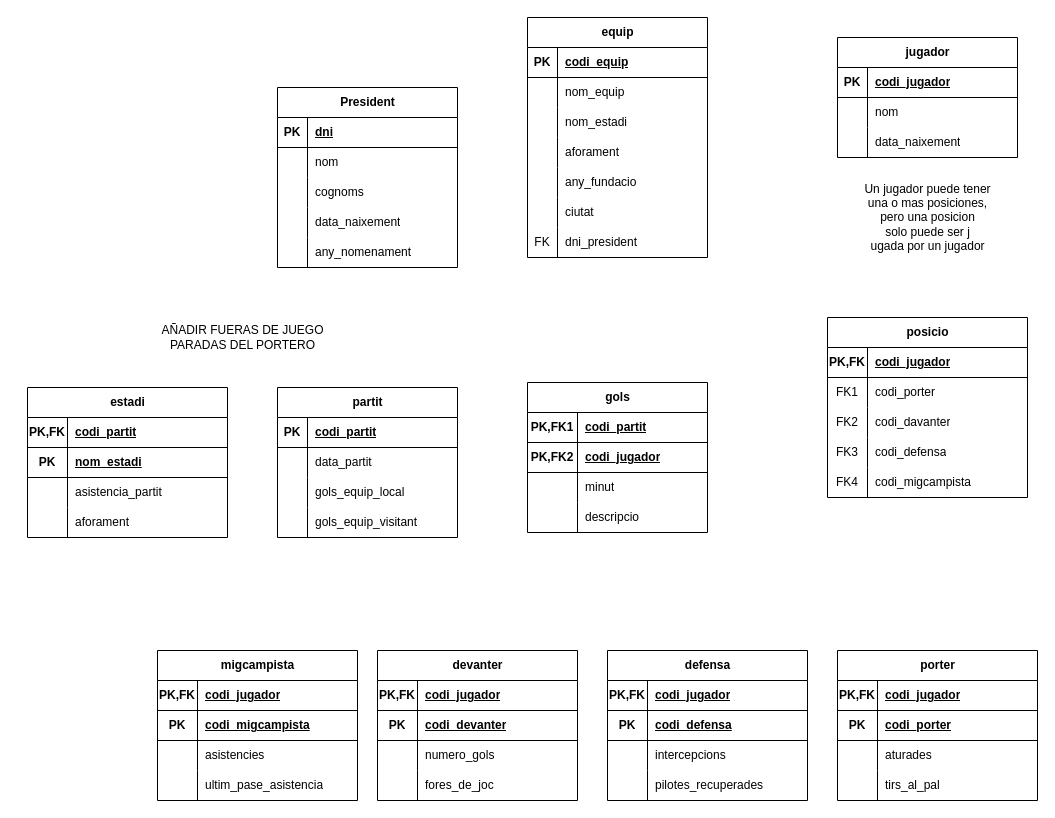
Earlier version of the draw.io diagram M02_RA6.drawio (victor06-git/base_de_dades). Source tidied: cells renumbered, new cells numbered last; positions are measured from the earlier drawing's top-left corner, leaving out a move shared by most shapes. Both pictures are drawn from the tidied source at 100%, with x=0, y=0 at pixel (27, 17).
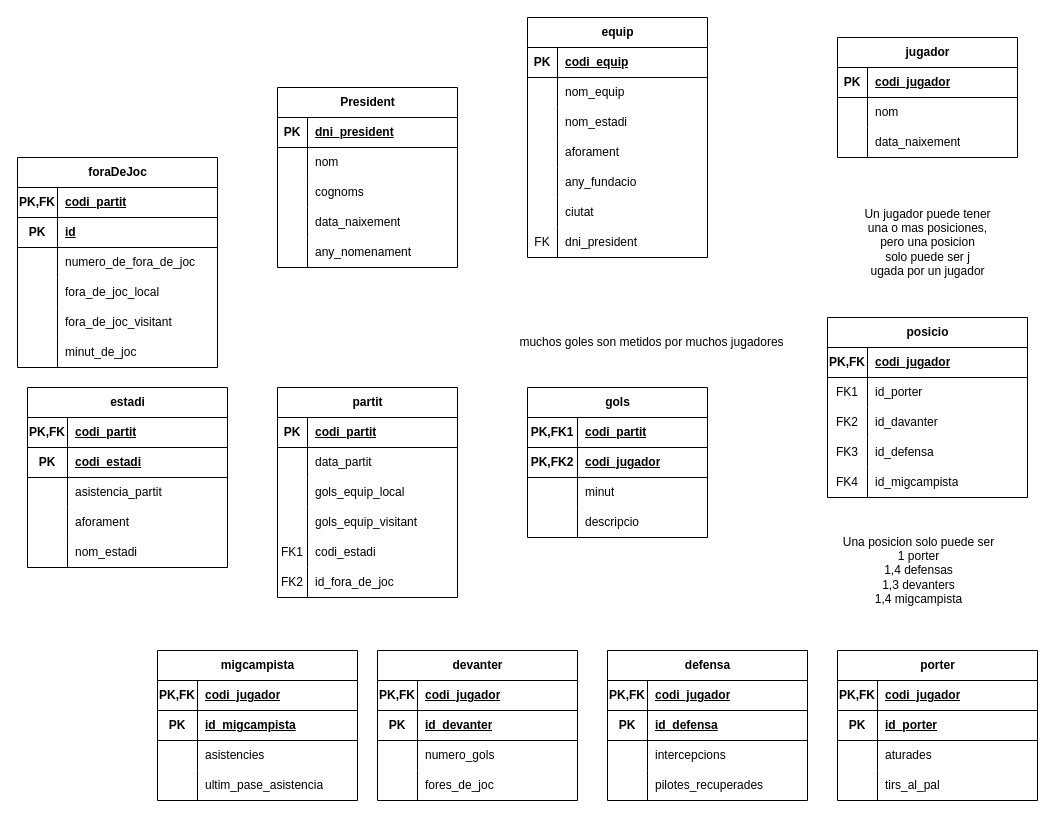
The same page after the edit.

The change refers to these unchanged cells:
```xml
<mxCell id="3" style="shape=tableRow;horizontal=0;startSize=0;swimlaneHead=0;swimlaneBody=0;fillColor=none;top=0;left=0;right=0;bottom=1;" parent="2" vertex="1">
  <mxGeometry y="30" width="180" height="30" as="geometry" />
</mxCell>
<mxCell id="54" style="shape=tableRow;horizontal=0;startSize=0;swimlaneHead=0;swimlaneBody=0;fillColor=none;top=0;left=0;right=0;bottom=0;" parent="50" vertex="1">
  <mxGeometry y="60" width="200" height="30" as="geometry" />
</mxCell>
<mxCell id="57" style="shape=tableRow;horizontal=0;startSize=0;swimlaneHead=0;swimlaneBody=0;fillColor=none;top=0;left=0;right=0;bottom=0;" parent="50" vertex="1">
  <mxGeometry y="90" width="200" height="30" as="geometry" />
</mxCell>
<mxCell id="60" style="shape=tableRow;horizontal=0;startSize=0;swimlaneHead=0;swimlaneBody=0;fillColor=none;top=0;left=0;right=0;bottom=0;" parent="50" vertex="1">
  <mxGeometry y="120" width="200" height="30" as="geometry" />
</mxCell>
<mxCell id="63" style="shape=tableRow;horizontal=0;startSize=0;swimlaneHead=0;swimlaneBody=0;fillColor=none;top=0;left=0;right=0;bottom=0;" parent="50" vertex="1">
  <mxGeometry y="150" width="200" height="30" as="geometry" />
</mxCell>
<mxCell id="98" style="shape=tableRow;horizontal=0;startSize=0;swimlaneHead=0;swimlaneBody=0;fillColor=none;top=0;left=0;right=0;bottom=1;" parent="94" vertex="1">
  <mxGeometry y="60" width="200" height="30" as="geometry" />
</mxCell>
<mxCell id="111" style="shape=tableRow;horizontal=0;startSize=0;swimlaneHead=0;swimlaneBody=0;fillColor=none;top=0;left=0;right=0;bottom=1;" parent="107" vertex="1">
  <mxGeometry y="60" width="200" height="30" as="geometry" />
</mxCell>
<mxCell id="124" style="shape=tableRow;horizontal=0;startSize=0;swimlaneHead=0;swimlaneBody=0;fillColor=none;top=0;left=0;right=0;bottom=1;" parent="120" vertex="1">
  <mxGeometry y="60" width="200" height="30" as="geometry" />
</mxCell>
<mxCell id="137" style="shape=tableRow;horizontal=0;startSize=0;swimlaneHead=0;swimlaneBody=0;fillColor=none;top=0;left=0;right=0;bottom=1;" parent="133" vertex="1">
  <mxGeometry y="60" width="200" height="30" as="geometry" />
</mxCell>
<mxCell id="150" style="shape=tableRow;horizontal=0;startSize=0;swimlaneHead=0;swimlaneBody=0;fillColor=none;top=0;left=0;right=0;bottom=1;" parent="146" vertex="1">
  <mxGeometry y="60" width="200" height="30" as="geometry" />
</mxCell>
```

Diff of the diagram source:
```diff
@@
-    <mxCell id="5" value="dni" style="shape=partialRectangle;fillColor=none;top=0;left=0;bottom=0;right=0;align=left;spacingLeft=6;fontStyle=5;overflow=hidden;whiteSpace=wrap;html=1;" parent="3" vertex="1">
+    <mxCell id="5" value="dni_president" style="shape=partialRectangle;fillColor=none;top=0;left=0;bottom=0;right=0;align=left;spacingLeft=6;fontStyle=5;overflow=hidden;whiteSpace=wrap;html=1;" parent="3" vertex="1">
       <mxGeometry x="30" width="150" height="30" as="geometry" />
     </mxCell>
@@
-    <mxCell id="56" value="codi_porter" style="shape=partialRectangle;fillColor=none;top=0;left=0;bottom=0;right=0;align=left;spacingLeft=6;overflow=hidden;whiteSpace=wrap;html=1;" parent="54" vertex="1">
+    <mxCell id="56" value="id_porter" style="shape=partialRectangle;fillColor=none;top=0;left=0;bottom=0;right=0;align=left;spacingLeft=6;overflow=hidden;whiteSpace=wrap;html=1;" parent="54" vertex="1">
       <mxGeometry x="40" width="160" height="30" as="geometry" />
     </mxCell>
@@
-    <mxCell id="59" value="codi_davanter" style="shape=partialRectangle;fillColor=none;top=0;left=0;bottom=0;right=0;align=left;spacingLeft=6;overflow=hidden;whiteSpace=wrap;html=1;" parent="57" vertex="1">
+    <mxCell id="59" value="id_davanter" style="shape=partialRectangle;fillColor=none;top=0;left=0;bottom=0;right=0;align=left;spacingLeft=6;overflow=hidden;whiteSpace=wrap;html=1;" parent="57" vertex="1">
       <mxGeometry x="40" width="160" height="30" as="geometry" />
     </mxCell>
@@
-    <mxCell id="62" value="codi_defensa" style="shape=partialRectangle;fillColor=none;top=0;left=0;bottom=0;right=0;align=left;spacingLeft=6;overflow=hidden;whiteSpace=wrap;html=1;" parent="60" vertex="1">
+    <mxCell id="62" value="id_defensa" style="shape=partialRectangle;fillColor=none;top=0;left=0;bottom=0;right=0;align=left;spacingLeft=6;overflow=hidden;whiteSpace=wrap;html=1;" parent="60" vertex="1">
       <mxGeometry x="40" width="160" height="30" as="geometry" />
     </mxCell>
@@
-    <mxCell id="65" value="codi_migcampista" style="shape=partialRectangle;fillColor=none;top=0;left=0;bottom=0;right=0;align=left;spacingLeft=6;overflow=hidden;whiteSpace=wrap;html=1;" parent="63" vertex="1">
+    <mxCell id="65" value="id_migcampista" style="shape=partialRectangle;fillColor=none;top=0;left=0;bottom=0;right=0;align=left;spacingLeft=6;overflow=hidden;whiteSpace=wrap;html=1;" parent="63" vertex="1">
       <mxGeometry x="40" width="160" height="30" as="geometry" />
     </mxCell>
     <mxCell id="66" value="&lt;div&gt;Un jugador puede tener&lt;/div&gt;&lt;div&gt;&amp;nbsp;una o mas posiciones,&amp;nbsp;&lt;/div&gt;&lt;div&gt;pero una posicion &lt;br&gt;&lt;/div&gt;&lt;div&gt;solo puede ser j&lt;/div&gt;&lt;div&gt;ugada por un jugador&lt;br&gt;&lt;/div&gt;" style="text;html=1;align=center;verticalAlign=middle;strokeColor=none;fillColor=none;" parent="1" vertex="1">
-      <mxGeometry x="825" y="155" width="150" height="90" as="geometry" />
+      <mxGeometry x="825" y="180" width="150" height="90" as="geometry" />
     </mxCell>
     <mxCell id="67" value="partit" style="shape=table;startSize=30;childLayout=tableLayout;rowLines=0;fontStyle=1;align=center;html=1;" parent="1" vertex="1">
-      <mxGeometry x="250" y="370" width="180" height="150" as="geometry" />
+      <mxGeometry x="250" y="370" width="180" height="210" as="geometry" />
     </mxCell>
@@
+    <mxCell id="159" style="shape=tableRow;horizontal=0;startSize=0;swimlaneHead=0;swimlaneBody=0;fillColor=none;top=0;left=0;right=0;bottom=0;" parent="67" vertex="1">
+      <mxGeometry y="150" width="180" height="30" as="geometry" />
+    </mxCell>
+    <mxCell id="160" value="FK1" style="shape=partialRectangle;fillColor=none;top=0;left=0;bottom=0;right=0;overflow=hidden;whiteSpace=wrap;html=1;" parent="159" vertex="1">
+      <mxGeometry width="30" height="30" as="geometry" />
+    </mxCell>
+    <mxCell id="161" value="codi_estadi" style="shape=partialRectangle;fillColor=none;top=0;left=0;bottom=0;right=0;align=left;spacingLeft=6;overflow=hidden;whiteSpace=wrap;html=1;" parent="159" vertex="1">
+      <mxGeometry x="30" width="150" height="30" as="geometry" />
+    </mxCell>
+    <mxCell id="162" style="shape=tableRow;horizontal=0;startSize=0;swimlaneHead=0;swimlaneBody=0;fillColor=none;top=0;left=0;right=0;bottom=0;" parent="67" vertex="1">
+      <mxGeometry y="180" width="180" height="30" as="geometry" />
+    </mxCell>
+    <mxCell id="163" value="FK2" style="shape=partialRectangle;fillColor=none;top=0;left=0;bottom=0;right=0;overflow=hidden;whiteSpace=wrap;html=1;" parent="162" vertex="1">
+      <mxGeometry width="30" height="30" as="geometry" />
+    </mxCell>
+    <mxCell id="164" value="id_fora_de_joc" style="shape=partialRectangle;fillColor=none;top=0;left=0;bottom=0;right=0;align=left;spacingLeft=6;overflow=hidden;whiteSpace=wrap;html=1;" parent="162" vertex="1">
+      <mxGeometry x="30" width="150" height="30" as="geometry" />
+    </mxCell>
     <mxCell id="80" value="gols" style="shape=table;startSize=30;childLayout=tableLayout;rowLines=0;fontStyle=1;align=center;html=1;" parent="1" vertex="1">
-      <mxGeometry x="500" y="365" width="180" height="150" as="geometry" />
+      <mxGeometry x="500" y="370" width="180" height="150" as="geometry" />
     </mxCell>
@@
-    <mxCell id="93" value="&lt;div&gt;AÑADIR FUERAS DE JUEGO&lt;/div&gt;&lt;div&gt;PARADAS DEL PORTERO&lt;br&gt;&lt;/div&gt;" style="text;html=1;align=center;verticalAlign=middle;strokeColor=none;fillColor=none;" parent="1" vertex="1">
-      <mxGeometry x="120" y="300" width="190" height="40" as="geometry" />
-    </mxCell>
@@
-    <mxCell id="100" value="codi_defensa" style="shape=partialRectangle;fillColor=none;top=0;left=0;bottom=0;right=0;align=left;spacingLeft=6;fontStyle=5;overflow=hidden;whiteSpace=wrap;html=1;" parent="98" vertex="1">
+    <mxCell id="100" value="id_defensa" style="shape=partialRectangle;fillColor=none;top=0;left=0;bottom=0;right=0;align=left;spacingLeft=6;fontStyle=5;overflow=hidden;whiteSpace=wrap;html=1;" parent="98" vertex="1">
       <mxGeometry x="40" width="160" height="30" as="geometry" />
     </mxCell>
@@
-    <mxCell id="113" value="codi_porter" style="shape=partialRectangle;fillColor=none;top=0;left=0;bottom=0;right=0;align=left;spacingLeft=6;fontStyle=5;overflow=hidden;whiteSpace=wrap;html=1;" parent="111" vertex="1">
+    <mxCell id="113" value="id_porter" style="shape=partialRectangle;fillColor=none;top=0;left=0;bottom=0;right=0;align=left;spacingLeft=6;fontStyle=5;overflow=hidden;whiteSpace=wrap;html=1;" parent="111" vertex="1">
       <mxGeometry x="40" width="160" height="30" as="geometry" />
     </mxCell>
@@
-    <mxCell id="126" value="codi_devanter" style="shape=partialRectangle;fillColor=none;top=0;left=0;bottom=0;right=0;align=left;spacingLeft=6;fontStyle=5;overflow=hidden;whiteSpace=wrap;html=1;" parent="124" vertex="1">
+    <mxCell id="126" value="id_devanter" style="shape=partialRectangle;fillColor=none;top=0;left=0;bottom=0;right=0;align=left;spacingLeft=6;fontStyle=5;overflow=hidden;whiteSpace=wrap;html=1;" parent="124" vertex="1">
       <mxGeometry x="40" width="160" height="30" as="geometry" />
     </mxCell>
@@
-    <mxCell id="139" value="codi_migcampista" style="shape=partialRectangle;fillColor=none;top=0;left=0;bottom=0;right=0;align=left;spacingLeft=6;fontStyle=5;overflow=hidden;whiteSpace=wrap;html=1;" parent="137" vertex="1">
+    <mxCell id="139" value="id_migcampista" style="shape=partialRectangle;fillColor=none;top=0;left=0;bottom=0;right=0;align=left;spacingLeft=6;fontStyle=5;overflow=hidden;whiteSpace=wrap;html=1;" parent="137" vertex="1">
       <mxGeometry x="40" width="160" height="30" as="geometry" />
     </mxCell>
@@
     <mxCell id="146" value="estadi" style="shape=table;startSize=30;childLayout=tableLayout;rowLines=0;fontStyle=1;align=center;html=1;" parent="1" vertex="1">
-      <mxGeometry y="370" width="200" height="150" as="geometry" />
+      <mxGeometry y="370" width="200" height="180" as="geometry" />
     </mxCell>
@@
-    <mxCell id="152" value="nom_estadi" style="shape=partialRectangle;fillColor=none;top=0;left=0;bottom=0;right=0;align=left;spacingLeft=6;fontStyle=5;overflow=hidden;whiteSpace=wrap;html=1;" parent="150" vertex="1">
+    <mxCell id="152" value="codi_estadi" style="shape=partialRectangle;fillColor=none;top=0;left=0;bottom=0;right=0;align=left;spacingLeft=6;fontStyle=5;overflow=hidden;whiteSpace=wrap;html=1;" parent="150" vertex="1">
       <mxGeometry x="40" width="160" height="30" as="geometry" />
     </mxCell>
@@
+    <mxCell id="165" style="shape=tableRow;horizontal=0;startSize=0;swimlaneHead=0;swimlaneBody=0;fillColor=none;top=0;left=0;right=0;bottom=0;" parent="146" vertex="1">
+      <mxGeometry y="150" width="200" height="30" as="geometry" />
+    </mxCell>
+    <mxCell id="166" style="shape=partialRectangle;fillColor=none;top=0;left=0;bottom=0;right=0;overflow=hidden;whiteSpace=wrap;html=1;" parent="165" vertex="1">
+      <mxGeometry width="40" height="30" as="geometry" />
+    </mxCell>
+    <mxCell id="167" value="nom_estadi" style="shape=partialRectangle;fillColor=none;top=0;left=0;bottom=0;right=0;align=left;spacingLeft=6;overflow=hidden;whiteSpace=wrap;html=1;" parent="165" vertex="1">
+      <mxGeometry x="40" width="160" height="30" as="geometry" />
+    </mxCell>
+    <mxCell id="168" value="foraDeJoc" style="shape=table;startSize=30;childLayout=tableLayout;rowLines=0;fontStyle=1;align=center;html=1;" parent="1" vertex="1">
+      <mxGeometry x="-10" y="140" width="200" height="210" as="geometry" />
+    </mxCell>
+    <mxCell id="169" style="shape=tableRow;horizontal=0;startSize=0;swimlaneHead=0;swimlaneBody=0;fillColor=none;top=0;left=0;right=0;bottom=1;" parent="168" vertex="1">
+      <mxGeometry y="30" width="200" height="30" as="geometry" />
+    </mxCell>
+    <mxCell id="170" value="PK,FK" style="shape=partialRectangle;fillColor=none;top=0;left=0;bottom=0;right=0;fontStyle=1;overflow=hidden;whiteSpace=wrap;html=1;" parent="169" vertex="1">
+      <mxGeometry width="40" height="30" as="geometry" />
+    </mxCell>
+    <mxCell id="171" value="codi_partit" style="shape=partialRectangle;fillColor=none;top=0;left=0;bottom=0;right=0;align=left;spacingLeft=6;fontStyle=5;overflow=hidden;whiteSpace=wrap;html=1;" parent="169" vertex="1">
+      <mxGeometry x="40" width="160" height="30" as="geometry" />
+    </mxCell>
+    <mxCell id="172" style="shape=tableRow;horizontal=0;startSize=0;swimlaneHead=0;swimlaneBody=0;fillColor=none;top=0;left=0;right=0;bottom=1;" parent="168" vertex="1">
+      <mxGeometry y="60" width="200" height="30" as="geometry" />
+    </mxCell>
+    <mxCell id="173" value="PK" style="shape=partialRectangle;fillColor=none;top=0;left=0;bottom=0;right=0;fontStyle=1;overflow=hidden;whiteSpace=wrap;html=1;" parent="172" vertex="1">
+      <mxGeometry width="40" height="30" as="geometry" />
+    </mxCell>
+    <mxCell id="174" value="id" style="shape=partialRectangle;fillColor=none;top=0;left=0;bottom=0;right=0;align=left;spacingLeft=6;fontStyle=5;overflow=hidden;whiteSpace=wrap;html=1;" parent="172" vertex="1">
+      <mxGeometry x="40" width="160" height="30" as="geometry" />
+    </mxCell>
+    <mxCell id="175" style="shape=tableRow;horizontal=0;startSize=0;swimlaneHead=0;swimlaneBody=0;fillColor=none;top=0;left=0;right=0;bottom=0;" parent="168" vertex="1">
+      <mxGeometry y="90" width="200" height="30" as="geometry" />
+    </mxCell>
+    <mxCell id="176" style="shape=partialRectangle;fillColor=none;top=0;left=0;bottom=0;right=0;overflow=hidden;whiteSpace=wrap;html=1;" parent="175" vertex="1">
+      <mxGeometry width="40" height="30" as="geometry" />
+    </mxCell>
+    <mxCell id="177" value="numero_de_fora_de_joc" style="shape=partialRectangle;fillColor=none;top=0;left=0;bottom=0;right=0;align=left;spacingLeft=6;overflow=hidden;whiteSpace=wrap;html=1;" parent="175" vertex="1">
+      <mxGeometry x="40" width="160" height="30" as="geometry" />
+    </mxCell>
+    <mxCell id="178" style="shape=tableRow;horizontal=0;startSize=0;swimlaneHead=0;swimlaneBody=0;fillColor=none;top=0;left=0;right=0;bottom=0;" parent="168" vertex="1">
+      <mxGeometry y="120" width="200" height="30" as="geometry" />
+    </mxCell>
+    <mxCell id="179" style="shape=partialRectangle;fillColor=none;top=0;left=0;bottom=0;right=0;overflow=hidden;whiteSpace=wrap;html=1;" parent="178" vertex="1">
+      <mxGeometry width="40" height="30" as="geometry" />
+    </mxCell>
+    <mxCell id="180" value="fora_de_joc_local" style="shape=partialRectangle;fillColor=none;top=0;left=0;bottom=0;right=0;align=left;spacingLeft=6;overflow=hidden;whiteSpace=wrap;html=1;" parent="178" vertex="1">
+      <mxGeometry x="40" width="160" height="30" as="geometry" />
+    </mxCell>
+    <mxCell id="181" style="shape=tableRow;horizontal=0;startSize=0;swimlaneHead=0;swimlaneBody=0;fillColor=none;top=0;left=0;right=0;bottom=0;" parent="168" vertex="1">
+      <mxGeometry y="150" width="200" height="30" as="geometry" />
+    </mxCell>
+    <mxCell id="182" style="shape=partialRectangle;fillColor=none;top=0;left=0;bottom=0;right=0;overflow=hidden;whiteSpace=wrap;html=1;" parent="181" vertex="1">
+      <mxGeometry width="40" height="30" as="geometry" />
+    </mxCell>
+    <mxCell id="183" value="fora_de_joc_visitant" style="shape=partialRectangle;fillColor=none;top=0;left=0;bottom=0;right=0;align=left;spacingLeft=6;overflow=hidden;whiteSpace=wrap;html=1;" parent="181" vertex="1">
+      <mxGeometry x="40" width="160" height="30" as="geometry" />
+    </mxCell>
+    <mxCell id="184" style="shape=tableRow;horizontal=0;startSize=0;swimlaneHead=0;swimlaneBody=0;fillColor=none;top=0;left=0;right=0;bottom=0;" parent="168" vertex="1">
+      <mxGeometry y="180" width="200" height="30" as="geometry" />
+    </mxCell>
+    <mxCell id="185" style="shape=partialRectangle;fillColor=none;top=0;left=0;bottom=0;right=0;overflow=hidden;whiteSpace=wrap;html=1;" parent="184" vertex="1">
+      <mxGeometry width="40" height="30" as="geometry" />
+    </mxCell>
+    <mxCell id="186" value="minut_de_joc" style="shape=partialRectangle;fillColor=none;top=0;left=0;bottom=0;right=0;align=left;spacingLeft=6;overflow=hidden;whiteSpace=wrap;html=1;" parent="184" vertex="1">
+      <mxGeometry x="40" width="160" height="30" as="geometry" />
+    </mxCell>
+    <mxCell id="187" value="&lt;div&gt;Una posicion solo puede ser &lt;br&gt;&lt;/div&gt;&lt;div&gt;1 porter&lt;/div&gt;&lt;div&gt;1,4 defensas&lt;/div&gt;&lt;div&gt;1,3 devanters&lt;/div&gt;&lt;div&gt;1,4 migcampista&lt;br&gt;&lt;/div&gt;" style="text;html=1;align=center;verticalAlign=middle;strokeColor=none;fillColor=none;" parent="1" vertex="1">
+      <mxGeometry x="806" y="508" width="170" height="90" as="geometry" />
+    </mxCell>
+    <mxCell id="188" value="&lt;div&gt;muchos goles son metidos por muchos jugadores&lt;br&gt;&lt;/div&gt;" style="text;html=1;align=center;verticalAlign=middle;strokeColor=none;fillColor=none;" parent="1" vertex="1">
+      <mxGeometry x="479" y="310" width="290" height="30" as="geometry" />
+    </mxCell>
```
